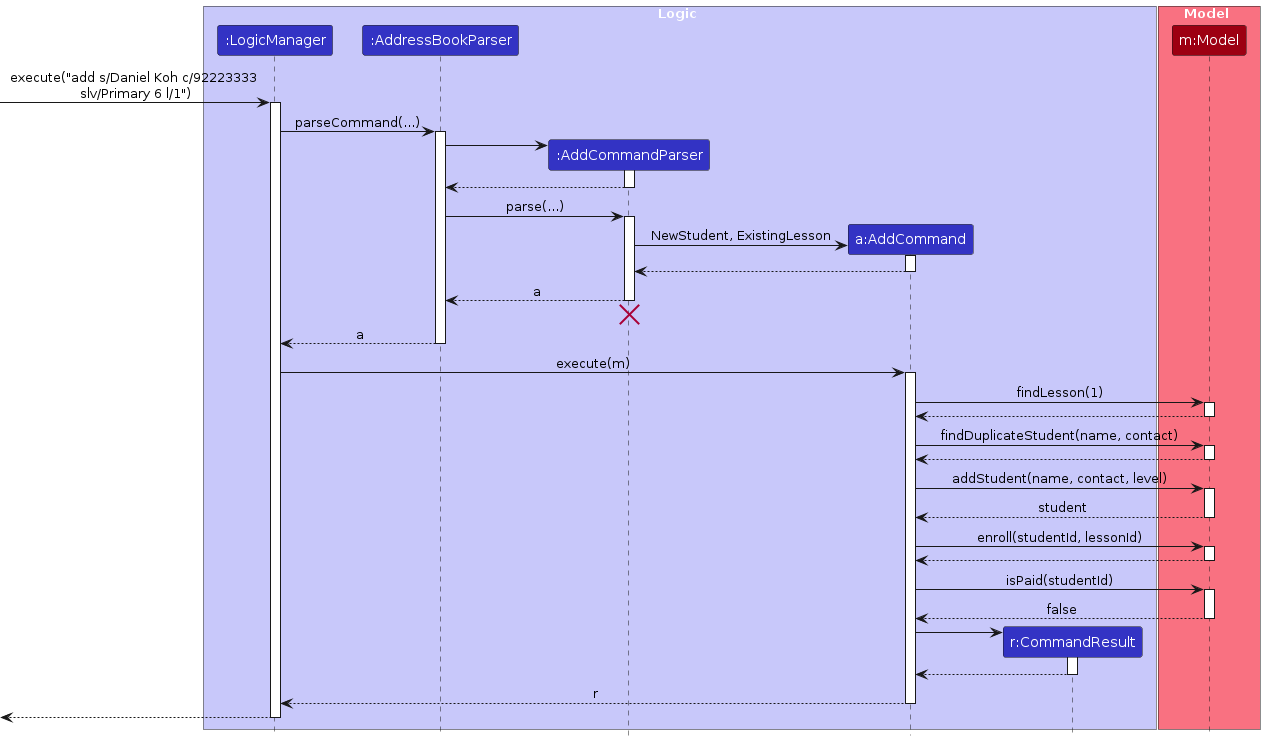
Earlier version of the PlantUML export diagrams/AddSequenceDiagram.png (AY2627S1-CS2103T-T13-2/tp). Its source is kept beside it as diagrams/AddSequenceDiagram.puml. The source it was exported from:
```plantuml
@startuml
!include style.puml
skinparam ArrowFontStyle plain

box Logic LOGIC_COLOR_T1
participant ":LogicManager" as LogicManager LOGIC_COLOR
participant ":AddressBookParser" as AddressBookParser LOGIC_COLOR
participant ":AddCommandParser" as AddCommandParser LOGIC_COLOR
participant "a:AddCommand" as AddCommand LOGIC_COLOR
participant "r:CommandResult" as CommandResult LOGIC_COLOR
end box

box Model MODEL_COLOR_T1
participant "m:Model" as Model MODEL_COLOR
end box

[-> LogicManager : execute("add s/Daniel Koh c/92223333 \nslv/Primary 6 l/1")
activate LogicManager

LogicManager -> AddressBookParser : parseCommand(...)
activate AddressBookParser

create AddCommandParser
AddressBookParser -> AddCommandParser
activate AddCommandParser

AddCommandParser --> AddressBookParser
deactivate AddCommandParser

AddressBookParser -> AddCommandParser : parse(...)
activate AddCommandParser

create AddCommand
AddCommandParser -> AddCommand : NewStudent, ExistingLesson
activate AddCommand

AddCommand --> AddCommandParser :
deactivate AddCommand

AddCommandParser --> AddressBookParser : a
deactivate AddCommandParser
AddCommandParser -[hidden]-> AddressBookParser
destroy AddCommandParser

AddressBookParser --> LogicManager : a
deactivate AddressBookParser

LogicManager -> AddCommand : execute(m)
activate AddCommand

AddCommand -> Model : findLesson(1)
activate Model
Model --> AddCommand
deactivate Model

AddCommand -> Model : findDuplicateStudent(name, contact)
activate Model
Model --> AddCommand
deactivate Model

AddCommand -> Model : addStudent(name, contact, level)
activate Model
Model --> AddCommand : student
deactivate Model

AddCommand -> Model : enroll(studentId, lessonId)
activate Model
Model --> AddCommand
deactivate Model

AddCommand -> Model : isPaid(studentId)
activate Model
Model --> AddCommand : false
deactivate Model

create CommandResult
AddCommand -> CommandResult
activate CommandResult

CommandResult --> AddCommand
deactivate CommandResult

AddCommand --> LogicManager : r
deactivate AddCommand

[<--LogicManager
deactivate LogicManager
@enduml
```
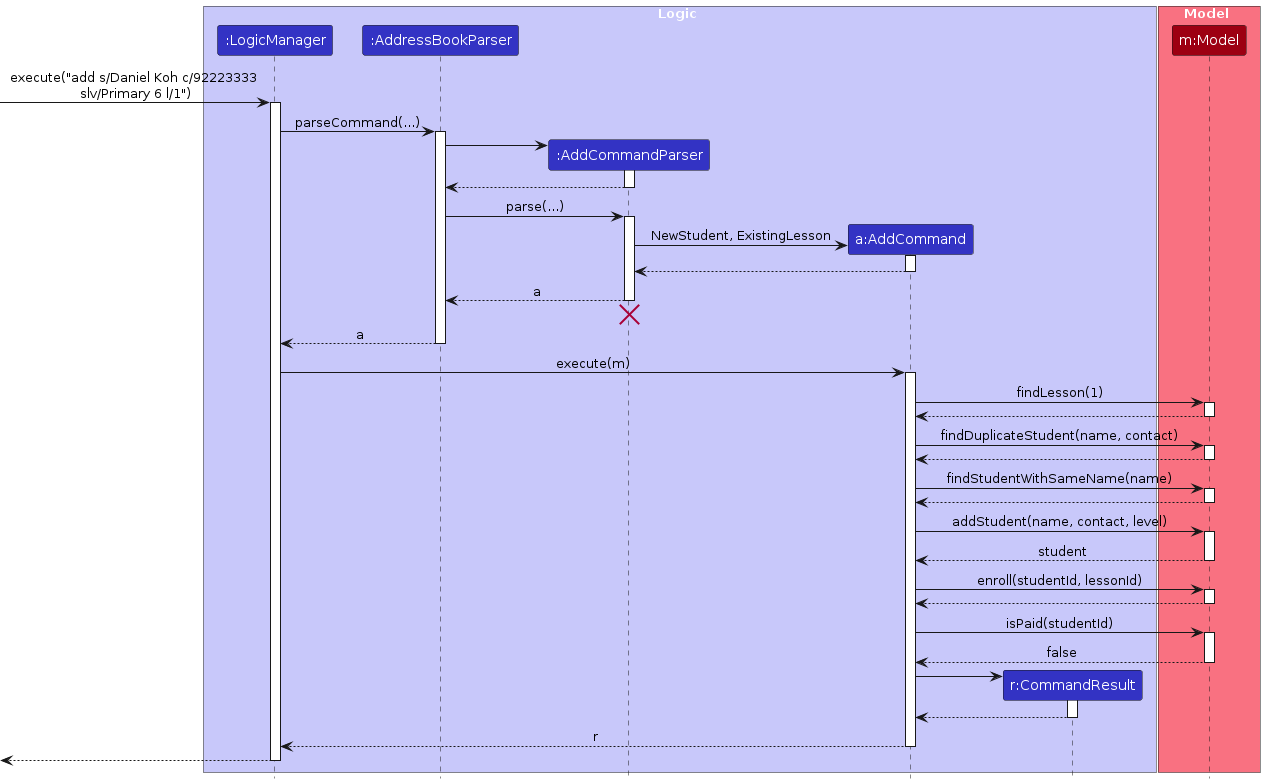
The same diagram one commit later.

The edit, as a diff of the source:
```diff
@@ -58,6 +58,11 @@
 Model --> AddCommand
 deactivate Model
 
+AddCommand -> Model : findStudentWithSameName(name)
+activate Model
+Model --> AddCommand
+deactivate Model
+
 AddCommand -> Model : addStudent(name, contact, level)
 activate Model
 Model --> AddCommand : student
```
